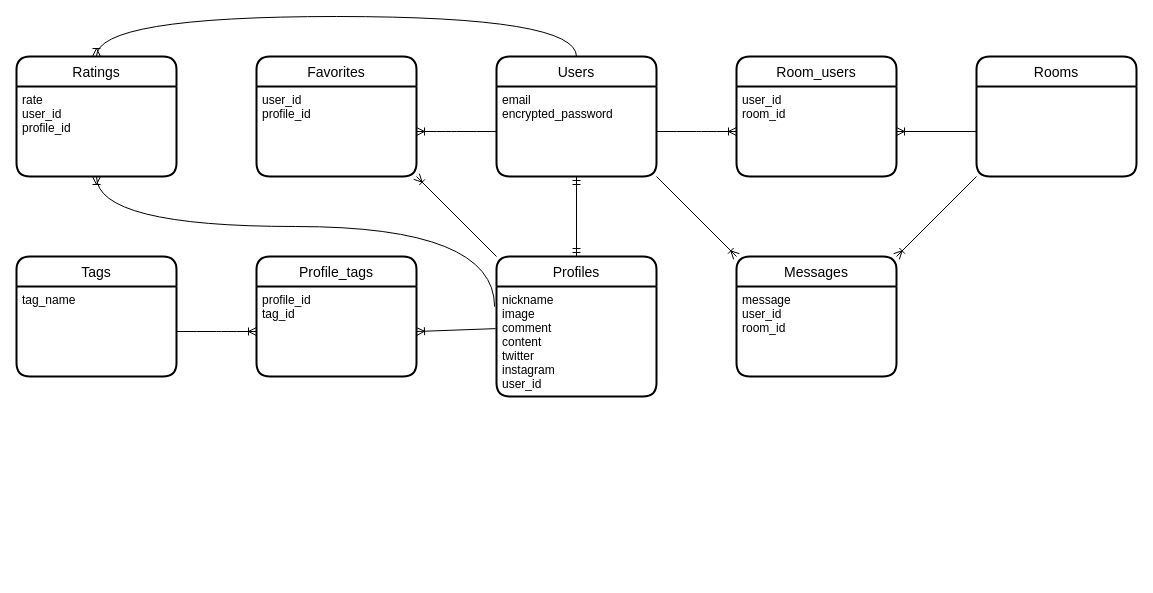
Above: kiite-proto1.dio in fudoakira/kiite-proto1 (draw.io), before the change. Source tidied: cells renumbered, new cells numbered last; positions are measured from the earlier drawing's top-left corner, leaving out a move shared by most shapes. Both pictures are drawn from the tidied source at 100%, with x=0, y=0 at pixel (16, 16).
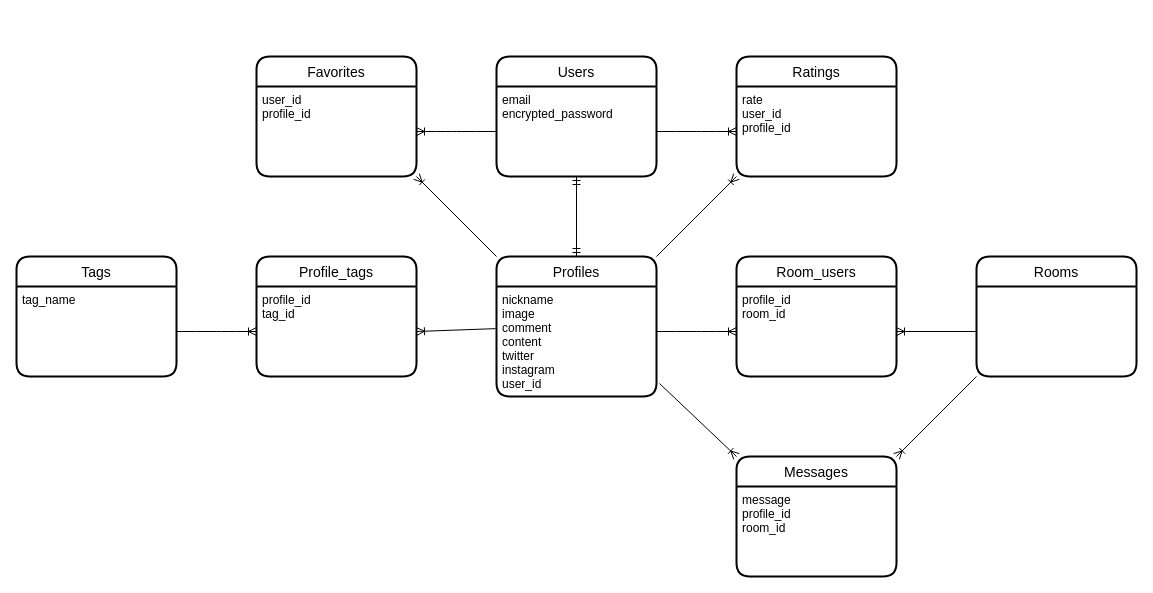
After the change.

Unchanged cells that the change refers to:
```xml
<mxCell id="2" value="Users" style="swimlane;horizontal=1;startSize=30;rounded=1;fontSize=14;fontStyle=0;strokeWidth=2;shadow=0;dashed=0;align=center;" parent="1" vertex="1">
  <mxGeometry x="480" y="40" width="160" height="120" as="geometry" />
</mxCell>
<mxCell id="3" value="email&#10;encrypted_password" style="align=left;strokeColor=none;fillColor=none;spacingLeft=4;fontSize=12;verticalAlign=top;" parent="2" vertex="1">
  <mxGeometry y="30" width="160" height="90" as="geometry" />
</mxCell>
<mxCell id="4" value="Profiles" style="swimlane;horizontal=1;startSize=30;rounded=1;fontSize=14;fontStyle=0;strokeWidth=2;shadow=0;dashed=0;align=center;" parent="1" vertex="1">
  <mxGeometry x="480" y="240" width="160" height="140" as="geometry" />
</mxCell>
<mxCell id="5" value="nickname&#10;image&#10;comment&#10;content&#10;twitter&#10;instagram&#10;user_id" style="align=left;strokeColor=none;fillColor=none;spacingLeft=4;fontSize=12;verticalAlign=top;" parent="4" vertex="1">
  <mxGeometry y="30" width="160" height="110" as="geometry" />
</mxCell>
<mxCell id="27" value="rate&#10;user_id&#10;profile_id" style="align=left;strokeColor=none;fillColor=none;spacingLeft=4;fontSize=12;verticalAlign=top;" parent="26" vertex="1">
  <mxGeometry y="30" width="160" height="90" as="geometry" />
</mxCell>
```

What changed in the source:
```diff
@@
     <mxCell id="6" value="Room_users" style="swimlane;horizontal=1;startSize=30;rounded=1;fontSize=14;fontStyle=0;strokeWidth=2;shadow=0;dashed=0;align=center;" parent="1" vertex="1">
-      <mxGeometry x="720" y="40" width="160" height="120" as="geometry" />
+      <mxGeometry x="720" y="240" width="160" height="120" as="geometry" />
     </mxCell>
-    <mxCell id="7" value="user_id&#10;room_id" style="align=left;strokeColor=none;fillColor=none;spacingLeft=4;fontSize=12;verticalAlign=top;" parent="6" vertex="1">
+    <mxCell id="7" value="profile_id&#10;room_id" style="align=left;strokeColor=none;fillColor=none;spacingLeft=4;fontSize=12;verticalAlign=top;" parent="6" vertex="1">
       <mxGeometry y="30" width="160" height="90" as="geometry" />
     </mxCell>
     <mxCell id="8" value="Rooms" style="swimlane;horizontal=1;startSize=30;rounded=1;fontSize=14;fontStyle=0;strokeWidth=2;shadow=0;dashed=0;align=center;" parent="1" vertex="1">
-      <mxGeometry x="960" y="40" width="160" height="120" as="geometry" />
+      <mxGeometry x="960" y="240" width="160" height="120" as="geometry" />
     </mxCell>
     <mxCell id="9" value="Messages" style="swimlane;horizontal=1;startSize=30;rounded=1;fontSize=14;fontStyle=0;strokeWidth=2;shadow=0;dashed=0;align=center;" parent="1" vertex="1">
-      <mxGeometry x="720" y="240" width="160" height="120" as="geometry" />
+      <mxGeometry x="720" y="440" width="160" height="120" as="geometry" />
     </mxCell>
-    <mxCell id="10" value="message&#10;user_id&#10;room_id" style="align=left;strokeColor=none;fillColor=none;spacingLeft=4;fontSize=12;verticalAlign=top;" parent="9" vertex="1">
+    <mxCell id="10" value="message&#10;profile_id&#10;room_id" style="align=left;strokeColor=none;fillColor=none;spacingLeft=4;fontSize=12;verticalAlign=top;" parent="9" vertex="1">
       <mxGeometry y="30" width="160" height="90" as="geometry" />
     </mxCell>
@@
     <mxCell id="20" style="fontSize=12;html=1;endArrow=ERoneToMany;entryX=1;entryY=0.5;entryDx=0;entryDy=0;" parent="1" edge="1" target="7">
       <mxGeometry relative="1" as="geometry">
-        <mxPoint x="960" y="115" as="sourcePoint" />
+        <mxPoint x="960" y="315" as="sourcePoint" />
       </mxGeometry>
     </mxCell>
-    <mxCell id="21" style="edgeStyle=entityRelationEdgeStyle;fontSize=12;html=1;endArrow=ERoneToMany;exitX=1;exitY=0.5;exitDx=0;exitDy=0;entryX=0;entryY=0.5;entryDx=0;entryDy=0;" parent="1" edge="1" source="3" target="7">
-      <mxGeometry relative="1" as="geometry" />
+    <mxCell id="21" style="edgeStyle=entityRelationEdgeStyle;fontSize=12;html=1;endArrow=ERoneToMany;entryX=0;entryY=0.5;entryDx=0;entryDy=0;" parent="1" edge="1" target="7">
+      <mxGeometry relative="1" as="geometry">
+        <mxPoint x="640" y="315" as="sourcePoint" />
+      </mxGeometry>
     </mxCell>
-    <mxCell id="22" style="fontSize=12;html=1;endArrow=ERoneToMany;entryX=0;entryY=0;entryDx=0;entryDy=0;" parent="1" edge="1" target="9">
-      <mxGeometry relative="1" as="geometry">
-        <mxPoint x="640" y="160" as="sourcePoint" />
-      </mxGeometry>
+    <mxCell id="22" style="fontSize=12;html=1;endArrow=ERoneToMany;entryX=0;entryY=0;entryDx=0;entryDy=0;exitX=1.019;exitY=0.882;exitDx=0;exitDy=0;exitPerimeter=0;" parent="1" edge="1" source="5" target="9">
+      <mxGeometry relative="1" as="geometry" />
     </mxCell>
@@
     <mxCell id="26" value="Ratings" style="swimlane;horizontal=1;startSize=30;rounded=1;fontSize=14;fontStyle=0;strokeWidth=2;shadow=0;dashed=0;align=center;" parent="1" vertex="1">
-      <mxGeometry y="40" width="160" height="120" as="geometry" />
+      <mxGeometry x="720" y="40" width="160" height="120" as="geometry" />
     </mxCell>
@@
-    <mxCell id="28" style="edgeStyle=orthogonalEdgeStyle;fontSize=12;html=1;endArrow=ERoneToMany;exitX=-0.012;exitY=0.183;exitDx=0;exitDy=0;exitPerimeter=0;entryX=0.5;entryY=1;entryDx=0;entryDy=0;curved=1;" parent="1" edge="1" source="5" target="27">
-      <mxGeometry relative="1" as="geometry">
-        <Array as="points">
-          <mxPoint x="478" y="210" />
-          <mxPoint x="80" y="210" />
-        </Array>
-      </mxGeometry>
-    </mxCell>
-    <mxCell id="29" style="edgeStyle=orthogonalEdgeStyle;fontSize=12;html=1;endArrow=ERoneToMany;curved=1;exitX=0.5;exitY=0;exitDx=0;exitDy=0;entryX=0.5;entryY=0;entryDx=0;entryDy=0;" parent="1" edge="1" source="2" target="26">
-      <mxGeometry relative="1" as="geometry">
-        <Array as="points">
-          <mxPoint x="560" />
-          <mxPoint x="80" />
-        </Array>
-      </mxGeometry>
+    <mxCell id="29" style="edgeStyle=entityRelationEdgeStyle;fontSize=12;html=1;endArrow=ERoneToMany;exitX=1;exitY=0.5;exitDx=0;exitDy=0;entryX=0;entryY=0.5;entryDx=0;entryDy=0;" parent="1" edge="1" source="3" target="27">
+      <mxGeometry relative="1" as="geometry" />
     </mxCell>
+    <mxCell id="30" style="fontSize=12;html=1;endArrow=ERoneToMany;exitX=1;exitY=0;exitDx=0;exitDy=0;entryX=0;entryY=1;entryDx=0;entryDy=0;" parent="1" edge="1" source="4" target="27">
+      <mxGeometry relative="1" as="geometry" />
+    </mxCell>
```
